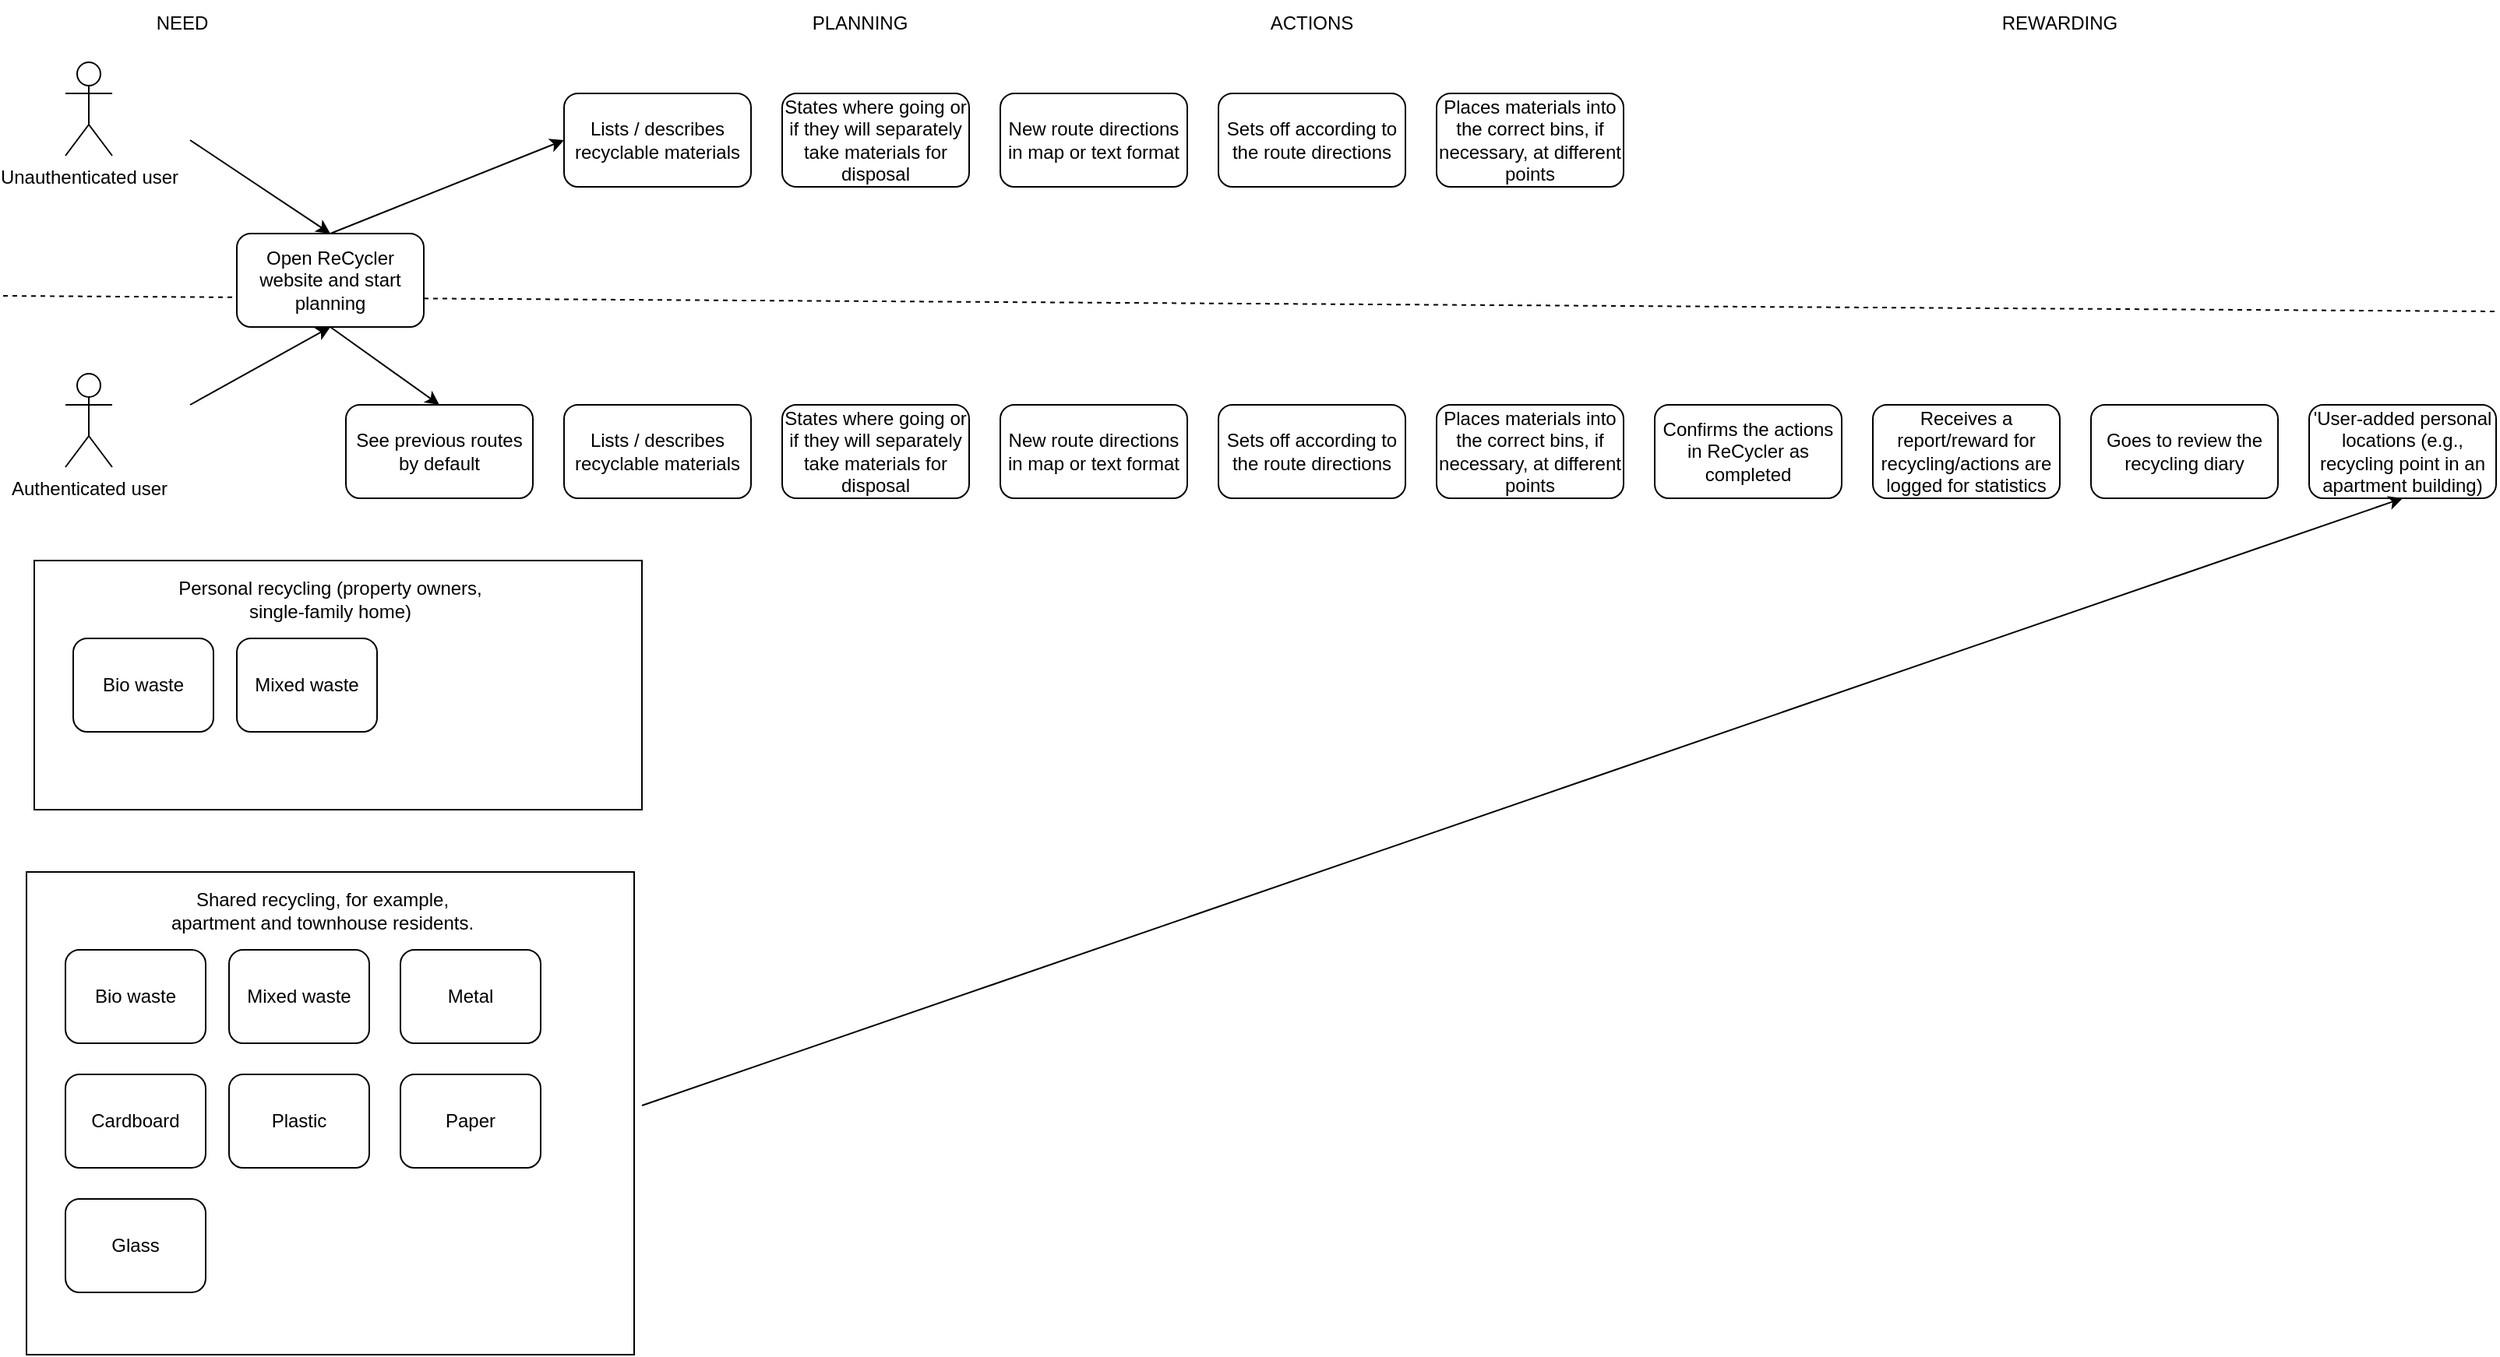
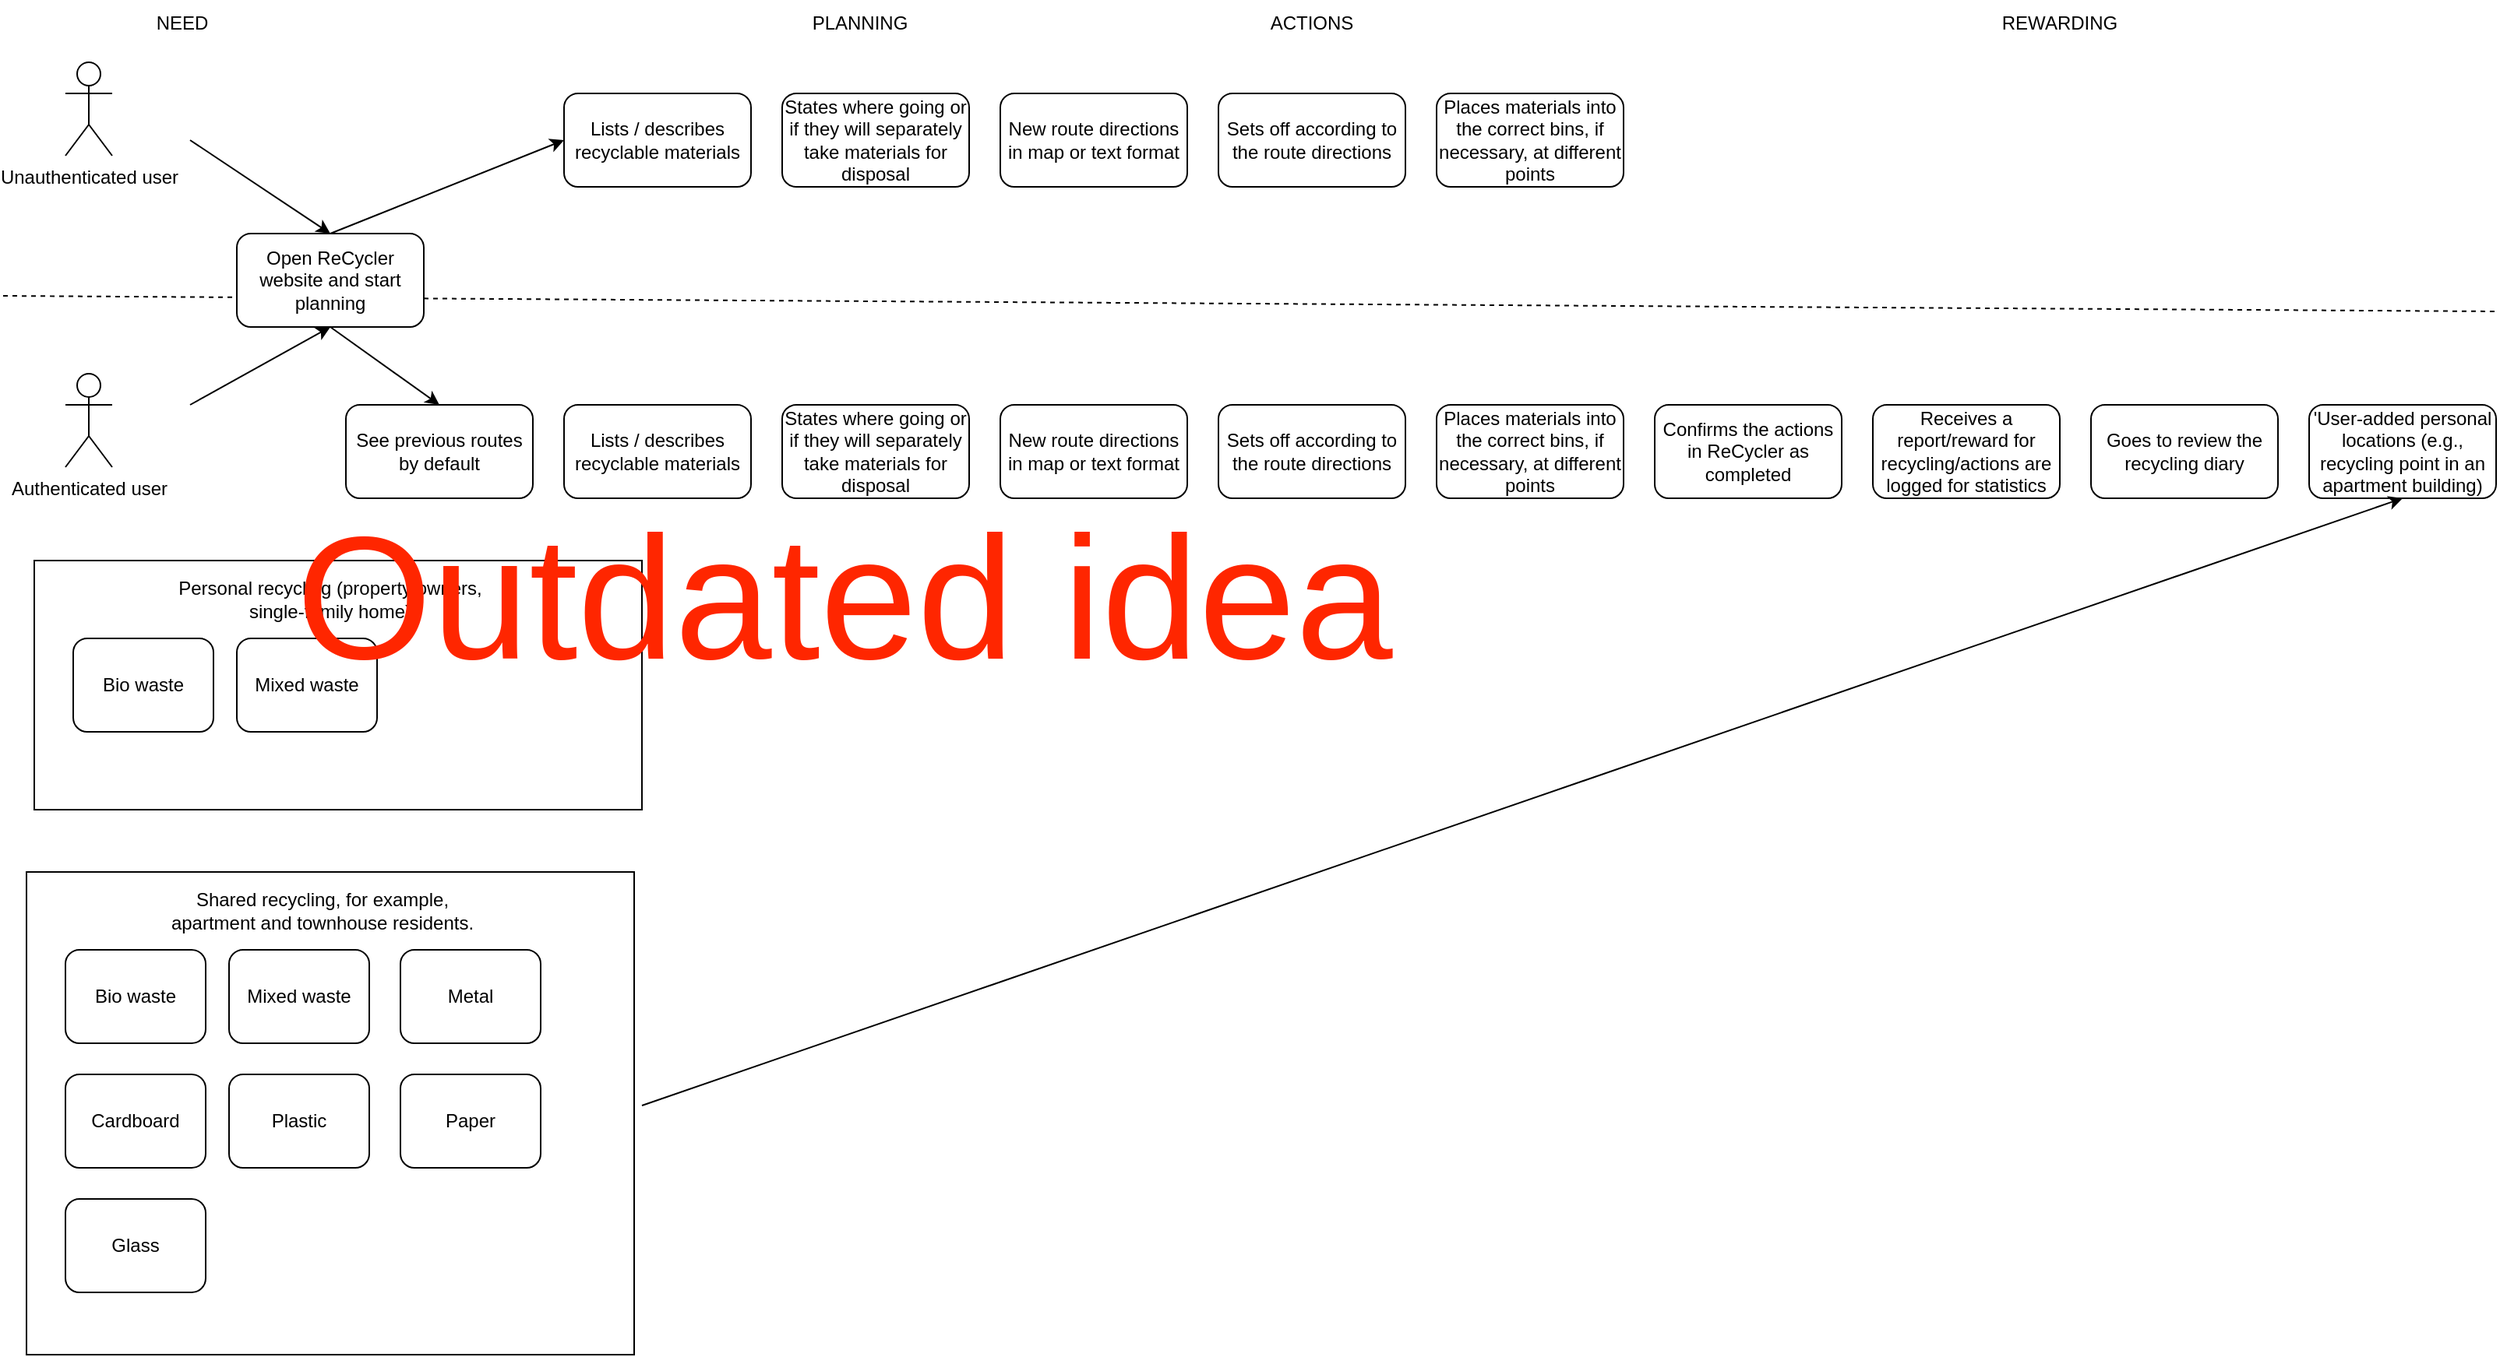
- <mxfile host="app.diagrams.net" modified="2024-01-02T14:55:00.150Z" agent="Mozilla/5.0 (Macintosh; Intel Mac OS X 10_15_7) AppleWebKit/605.1.15 (KHTML, like Gecko) Version/17.1 Safari/605.1.15" etag="oQDhVqPfWpyAVEwl_omd" version="22.1.16" type="github">
+ <mxfile host="app.diagrams.net" agent="Mozilla/5.0 (Macintosh; Intel Mac OS X 10_15_7) AppleWebKit/605.1.15 (KHTML, like Gecko) Version/18.4 Safari/605.1.15" version="26.2.14">
  <diagram name="Page-1" id="KqT4ygK-pLhFqNeephAf">
-     <mxGraphModel dx="1710" dy="1018" grid="1" gridSize="10" guides="1" tooltips="1" connect="1" arrows="1" fold="1" page="1" pageScale="1" pageWidth="1654" pageHeight="1169" math="0" shadow="0">
+     <mxGraphModel dx="979" dy="673" grid="1" gridSize="10" guides="1" tooltips="1" connect="1" arrows="1" fold="1" page="1" pageScale="1" pageWidth="1654" pageHeight="1169" math="0" shadow="0">
      <root>
        <mxCell id="0" />
        <mxCell id="1" parent="0" />
-         <mxCell id="ee45y4G0gzjRnPrVUwhJ-45" value="" style="rounded=0;whiteSpace=wrap;html=1;" vertex="1" parent="1">
+         <mxCell id="ee45y4G0gzjRnPrVUwhJ-45" value="" style="rounded=0;whiteSpace=wrap;html=1;" parent="1" vertex="1">
          <mxGeometry x="55" y="600" width="390" height="310" as="geometry" />
        </mxCell>
-         <mxCell id="ee45y4G0gzjRnPrVUwhJ-22" value="" style="endArrow=none;dashed=1;html=1;rounded=0;" edge="1" parent="1">
+         <mxCell id="ee45y4G0gzjRnPrVUwhJ-22" value="" style="endArrow=none;dashed=1;html=1;rounded=0;" parent="1" edge="1">
          <mxGeometry width="50" height="50" relative="1" as="geometry">
            <mxPoint x="40" y="230" as="sourcePoint" />
            <mxPoint x="1640" y="240" as="targetPoint" />
          </mxGeometry>
        </mxCell>
-         <mxCell id="ee45y4G0gzjRnPrVUwhJ-1" value="Unauthenticated user" style="shape=umlActor;verticalLabelPosition=bottom;verticalAlign=top;html=1;outlineConnect=0;" vertex="1" parent="1">
+         <mxCell id="ee45y4G0gzjRnPrVUwhJ-1" value="Unauthenticated user" style="shape=umlActor;verticalLabelPosition=bottom;verticalAlign=top;html=1;outlineConnect=0;" parent="1" vertex="1">
          <mxGeometry x="80" y="80" width="30" height="60" as="geometry" />
        </mxCell>
-         <mxCell id="ee45y4G0gzjRnPrVUwhJ-2" value="Authenticated user" style="shape=umlActor;verticalLabelPosition=bottom;verticalAlign=top;html=1;outlineConnect=0;" vertex="1" parent="1">
+         <mxCell id="ee45y4G0gzjRnPrVUwhJ-2" value="Authenticated user" style="shape=umlActor;verticalLabelPosition=bottom;verticalAlign=top;html=1;outlineConnect=0;" parent="1" vertex="1">
          <mxGeometry x="80" y="280" width="30" height="60" as="geometry" />
        </mxCell>
-         <mxCell id="ee45y4G0gzjRnPrVUwhJ-5" value="Open ReCycler website and start planning" style="rounded=1;whiteSpace=wrap;html=1;" vertex="1" parent="1">
+         <mxCell id="ee45y4G0gzjRnPrVUwhJ-5" value="Open ReCycler website and start planning" style="rounded=1;whiteSpace=wrap;html=1;" parent="1" vertex="1">
          <mxGeometry x="190" y="190" width="120" height="60" as="geometry" />
        </mxCell>
-         <mxCell id="ee45y4G0gzjRnPrVUwhJ-7" value="See previous routes by default" style="rounded=1;whiteSpace=wrap;html=1;" vertex="1" parent="1">
+         <mxCell id="ee45y4G0gzjRnPrVUwhJ-7" value="See previous routes by default" style="rounded=1;whiteSpace=wrap;html=1;" parent="1" vertex="1">
          <mxGeometry x="260" y="300" width="120" height="60" as="geometry" />
        </mxCell>
-         <mxCell id="ee45y4G0gzjRnPrVUwhJ-9" value="Lists / describes recyclable materials" style="rounded=1;whiteSpace=wrap;html=1;" vertex="1" parent="1">
+         <mxCell id="ee45y4G0gzjRnPrVUwhJ-9" value="Lists / describes recyclable materials" style="rounded=1;whiteSpace=wrap;html=1;" parent="1" vertex="1">
          <mxGeometry x="400" y="300" width="120" height="60" as="geometry" />
        </mxCell>
-         <mxCell id="ee45y4G0gzjRnPrVUwhJ-10" value="Lists / describes recyclable materials" style="rounded=1;whiteSpace=wrap;html=1;" vertex="1" parent="1">
+         <mxCell id="ee45y4G0gzjRnPrVUwhJ-10" value="Lists / describes recyclable materials" style="rounded=1;whiteSpace=wrap;html=1;" parent="1" vertex="1">
          <mxGeometry x="400" y="100" width="120" height="60" as="geometry" />
        </mxCell>
-         <mxCell id="ee45y4G0gzjRnPrVUwhJ-12" value="States where going or if they will separately take materials for disposal" style="rounded=1;whiteSpace=wrap;html=1;" vertex="1" parent="1">
+         <mxCell id="ee45y4G0gzjRnPrVUwhJ-12" value="States where going or if they will separately take materials for disposal" style="rounded=1;whiteSpace=wrap;html=1;" parent="1" vertex="1">
          <mxGeometry x="540" y="300" width="120" height="60" as="geometry" />
        </mxCell>
-         <mxCell id="ee45y4G0gzjRnPrVUwhJ-13" value="States where going or if they will separately take materials for disposal" style="rounded=1;whiteSpace=wrap;html=1;" vertex="1" parent="1">
+         <mxCell id="ee45y4G0gzjRnPrVUwhJ-13" value="States where going or if they will separately take materials for disposal" style="rounded=1;whiteSpace=wrap;html=1;" parent="1" vertex="1">
          <mxGeometry x="540" y="100" width="120" height="60" as="geometry" />
        </mxCell>
-         <mxCell id="ee45y4G0gzjRnPrVUwhJ-15" value="New route directions in map or text format" style="rounded=1;whiteSpace=wrap;html=1;" vertex="1" parent="1">
+         <mxCell id="ee45y4G0gzjRnPrVUwhJ-15" value="New route directions in map or text format" style="rounded=1;whiteSpace=wrap;html=1;" parent="1" vertex="1">
          <mxGeometry x="680" y="100" width="120" height="60" as="geometry" />
        </mxCell>
-         <mxCell id="ee45y4G0gzjRnPrVUwhJ-16" value="New route directions in map or text format" style="rounded=1;whiteSpace=wrap;html=1;" vertex="1" parent="1">
+         <mxCell id="ee45y4G0gzjRnPrVUwhJ-16" value="New route directions in map or text format" style="rounded=1;whiteSpace=wrap;html=1;" parent="1" vertex="1">
          <mxGeometry x="680" y="300" width="120" height="60" as="geometry" />
        </mxCell>
-         <mxCell id="ee45y4G0gzjRnPrVUwhJ-17" value="Sets off according to the route directions" style="rounded=1;whiteSpace=wrap;html=1;" vertex="1" parent="1">
+         <mxCell id="ee45y4G0gzjRnPrVUwhJ-17" value="Sets off according to the route directions" style="rounded=1;whiteSpace=wrap;html=1;" parent="1" vertex="1">
          <mxGeometry x="820" y="100" width="120" height="60" as="geometry" />
        </mxCell>
-         <mxCell id="ee45y4G0gzjRnPrVUwhJ-18" value="Sets off according to the route directions" style="rounded=1;whiteSpace=wrap;html=1;" vertex="1" parent="1">
+         <mxCell id="ee45y4G0gzjRnPrVUwhJ-18" value="Sets off according to the route directions" style="rounded=1;whiteSpace=wrap;html=1;" parent="1" vertex="1">
          <mxGeometry x="820" y="300" width="120" height="60" as="geometry" />
        </mxCell>
-         <mxCell id="ee45y4G0gzjRnPrVUwhJ-20" value="Places materials into the correct bins, if necessary, at different points" style="rounded=1;whiteSpace=wrap;html=1;" vertex="1" parent="1">
+         <mxCell id="ee45y4G0gzjRnPrVUwhJ-20" value="Places materials into the correct bins, if necessary, at different points" style="rounded=1;whiteSpace=wrap;html=1;" parent="1" vertex="1">
          <mxGeometry x="960" y="100" width="120" height="60" as="geometry" />
        </mxCell>
-         <mxCell id="ee45y4G0gzjRnPrVUwhJ-21" value="Places materials into the correct bins, if necessary, at different points" style="rounded=1;whiteSpace=wrap;html=1;" vertex="1" parent="1">
+         <mxCell id="ee45y4G0gzjRnPrVUwhJ-21" value="Places materials into the correct bins, if necessary, at different points" style="rounded=1;whiteSpace=wrap;html=1;" parent="1" vertex="1">
          <mxGeometry x="960" y="300" width="120" height="60" as="geometry" />
        </mxCell>
-         <mxCell id="ee45y4G0gzjRnPrVUwhJ-24" value="Confirms the actions in ReCycler as completed" style="rounded=1;whiteSpace=wrap;html=1;" vertex="1" parent="1">
+         <mxCell id="ee45y4G0gzjRnPrVUwhJ-24" value="Confirms the actions in ReCycler as completed" style="rounded=1;whiteSpace=wrap;html=1;" parent="1" vertex="1">
          <mxGeometry x="1100" y="300" width="120" height="60" as="geometry" />
        </mxCell>
-         <mxCell id="ee45y4G0gzjRnPrVUwhJ-26" value="Receives a report/reward for recycling/actions are logged for statistics" style="rounded=1;whiteSpace=wrap;html=1;" vertex="1" parent="1">
+         <mxCell id="ee45y4G0gzjRnPrVUwhJ-26" value="Receives a report/reward for recycling/actions are logged for statistics" style="rounded=1;whiteSpace=wrap;html=1;" parent="1" vertex="1">
          <mxGeometry x="1240" y="300" width="120" height="60" as="geometry" />
        </mxCell>
-         <mxCell id="ee45y4G0gzjRnPrVUwhJ-29" value="Goes to review the recycling diary" style="rounded=1;whiteSpace=wrap;html=1;" vertex="1" parent="1">
+         <mxCell id="ee45y4G0gzjRnPrVUwhJ-29" value="Goes to review the recycling diary" style="rounded=1;whiteSpace=wrap;html=1;" parent="1" vertex="1">
          <mxGeometry x="1380" y="300" width="120" height="60" as="geometry" />
        </mxCell>
-         <mxCell id="ee45y4G0gzjRnPrVUwhJ-30" value="&#39;User-added personal locations (e.g., recycling point in an apartment building)" style="rounded=1;whiteSpace=wrap;html=1;" vertex="1" parent="1">
+         <mxCell id="ee45y4G0gzjRnPrVUwhJ-30" value="&#39;User-added personal locations (e.g., recycling point in an apartment building)" style="rounded=1;whiteSpace=wrap;html=1;" parent="1" vertex="1">
          <mxGeometry x="1520" y="300" width="120" height="60" as="geometry" />
        </mxCell>
-         <mxCell id="ee45y4G0gzjRnPrVUwhJ-34" value="" style="endArrow=classic;html=1;rounded=0;entryX=0.5;entryY=0;entryDx=0;entryDy=0;" edge="1" parent="1" target="ee45y4G0gzjRnPrVUwhJ-5">
+         <mxCell id="ee45y4G0gzjRnPrVUwhJ-34" value="" style="endArrow=classic;html=1;rounded=0;entryX=0.5;entryY=0;entryDx=0;entryDy=0;" parent="1" target="ee45y4G0gzjRnPrVUwhJ-5" edge="1">
          <mxGeometry width="50" height="50" relative="1" as="geometry">
            <mxPoint x="160" y="130" as="sourcePoint" />
            <mxPoint x="950" y="440" as="targetPoint" />
          </mxGeometry>
        </mxCell>
-         <mxCell id="ee45y4G0gzjRnPrVUwhJ-35" value="" style="endArrow=classic;html=1;rounded=0;entryX=0.5;entryY=1;entryDx=0;entryDy=0;" edge="1" parent="1" target="ee45y4G0gzjRnPrVUwhJ-5">
+         <mxCell id="ee45y4G0gzjRnPrVUwhJ-35" value="" style="endArrow=classic;html=1;rounded=0;entryX=0.5;entryY=1;entryDx=0;entryDy=0;" parent="1" target="ee45y4G0gzjRnPrVUwhJ-5" edge="1">
          <mxGeometry width="50" height="50" relative="1" as="geometry">
            <mxPoint x="160" y="300" as="sourcePoint" />
            <mxPoint x="260" y="200" as="targetPoint" />
          </mxGeometry>
        </mxCell>
-         <mxCell id="ee45y4G0gzjRnPrVUwhJ-36" value="" style="endArrow=classic;html=1;rounded=0;entryX=0;entryY=0.5;entryDx=0;entryDy=0;exitX=0.5;exitY=0;exitDx=0;exitDy=0;" edge="1" parent="1" source="ee45y4G0gzjRnPrVUwhJ-5" target="ee45y4G0gzjRnPrVUwhJ-10">
+         <mxCell id="ee45y4G0gzjRnPrVUwhJ-36" value="" style="endArrow=classic;html=1;rounded=0;entryX=0;entryY=0.5;entryDx=0;entryDy=0;exitX=0.5;exitY=0;exitDx=0;exitDy=0;" parent="1" source="ee45y4G0gzjRnPrVUwhJ-5" target="ee45y4G0gzjRnPrVUwhJ-10" edge="1">
          <mxGeometry width="50" height="50" relative="1" as="geometry">
            <mxPoint x="170" y="140" as="sourcePoint" />
            <mxPoint x="260" y="200" as="targetPoint" />
          </mxGeometry>
        </mxCell>
-         <mxCell id="ee45y4G0gzjRnPrVUwhJ-37" value="" style="endArrow=classic;html=1;rounded=0;entryX=0.5;entryY=0;entryDx=0;entryDy=0;exitX=0.5;exitY=1;exitDx=0;exitDy=0;" edge="1" parent="1" source="ee45y4G0gzjRnPrVUwhJ-5" target="ee45y4G0gzjRnPrVUwhJ-7">
+         <mxCell id="ee45y4G0gzjRnPrVUwhJ-37" value="" style="endArrow=classic;html=1;rounded=0;entryX=0.5;entryY=0;entryDx=0;entryDy=0;exitX=0.5;exitY=1;exitDx=0;exitDy=0;" parent="1" source="ee45y4G0gzjRnPrVUwhJ-5" target="ee45y4G0gzjRnPrVUwhJ-7" edge="1">
          <mxGeometry width="50" height="50" relative="1" as="geometry">
            <mxPoint x="320" y="230" as="sourcePoint" />
            <mxPoint x="410" y="140" as="targetPoint" />
          </mxGeometry>
        </mxCell>
-         <mxCell id="ee45y4G0gzjRnPrVUwhJ-38" value="Bio waste" style="rounded=1;whiteSpace=wrap;html=1;" vertex="1" parent="1">
+         <mxCell id="ee45y4G0gzjRnPrVUwhJ-38" value="Bio waste" style="rounded=1;whiteSpace=wrap;html=1;" parent="1" vertex="1">
          <mxGeometry x="80" y="650" width="90" height="60" as="geometry" />
        </mxCell>
-         <mxCell id="ee45y4G0gzjRnPrVUwhJ-39" value="Mixed waste" style="rounded=1;whiteSpace=wrap;html=1;" vertex="1" parent="1">
+         <mxCell id="ee45y4G0gzjRnPrVUwhJ-39" value="Mixed waste" style="rounded=1;whiteSpace=wrap;html=1;" parent="1" vertex="1">
          <mxGeometry x="185" y="650" width="90" height="60" as="geometry" />
        </mxCell>
-         <mxCell id="ee45y4G0gzjRnPrVUwhJ-42" value="Cardboard" style="rounded=1;whiteSpace=wrap;html=1;" vertex="1" parent="1">
+         <mxCell id="ee45y4G0gzjRnPrVUwhJ-42" value="Cardboard" style="rounded=1;whiteSpace=wrap;html=1;" parent="1" vertex="1">
          <mxGeometry x="80" y="730" width="90" height="60" as="geometry" />
        </mxCell>
-         <mxCell id="ee45y4G0gzjRnPrVUwhJ-43" value="Metal" style="rounded=1;whiteSpace=wrap;html=1;" vertex="1" parent="1">
+         <mxCell id="ee45y4G0gzjRnPrVUwhJ-43" value="Metal" style="rounded=1;whiteSpace=wrap;html=1;" parent="1" vertex="1">
          <mxGeometry x="295" y="650" width="90" height="60" as="geometry" />
        </mxCell>
-         <mxCell id="ee45y4G0gzjRnPrVUwhJ-44" value="Plastic" style="rounded=1;whiteSpace=wrap;html=1;" vertex="1" parent="1">
+         <mxCell id="ee45y4G0gzjRnPrVUwhJ-44" value="Plastic" style="rounded=1;whiteSpace=wrap;html=1;" parent="1" vertex="1">
          <mxGeometry x="185" y="730" width="90" height="60" as="geometry" />
        </mxCell>
-         <mxCell id="ee45y4G0gzjRnPrVUwhJ-46" value="Shared recycling, for example, apartment and townhouse residents." style="text;html=1;strokeColor=none;fillColor=none;align=center;verticalAlign=middle;whiteSpace=wrap;rounded=0;" vertex="1" parent="1">
+         <mxCell id="ee45y4G0gzjRnPrVUwhJ-46" value="Shared recycling, for example, apartment and townhouse residents." style="text;html=1;strokeColor=none;fillColor=none;align=center;verticalAlign=middle;whiteSpace=wrap;rounded=0;" parent="1" vertex="1">
          <mxGeometry x="135" y="610" width="220" height="30" as="geometry" />
        </mxCell>
-         <mxCell id="ee45y4G0gzjRnPrVUwhJ-47" value="Paper" style="rounded=1;whiteSpace=wrap;html=1;" vertex="1" parent="1">
+         <mxCell id="ee45y4G0gzjRnPrVUwhJ-47" value="Paper" style="rounded=1;whiteSpace=wrap;html=1;" parent="1" vertex="1">
          <mxGeometry x="295" y="730" width="90" height="60" as="geometry" />
        </mxCell>
-         <mxCell id="ee45y4G0gzjRnPrVUwhJ-48" value="Glass" style="rounded=1;whiteSpace=wrap;html=1;" vertex="1" parent="1">
+         <mxCell id="ee45y4G0gzjRnPrVUwhJ-48" value="Glass" style="rounded=1;whiteSpace=wrap;html=1;" parent="1" vertex="1">
          <mxGeometry x="80" y="810" width="90" height="60" as="geometry" />
        </mxCell>
-         <mxCell id="ee45y4G0gzjRnPrVUwhJ-50" value="" style="rounded=0;whiteSpace=wrap;html=1;" vertex="1" parent="1">
+         <mxCell id="ee45y4G0gzjRnPrVUwhJ-50" value="" style="rounded=0;whiteSpace=wrap;html=1;" parent="1" vertex="1">
          <mxGeometry x="60" y="400" width="390" height="160" as="geometry" />
        </mxCell>
-         <mxCell id="ee45y4G0gzjRnPrVUwhJ-51" value="Bio waste" style="rounded=1;whiteSpace=wrap;html=1;" vertex="1" parent="1">
+         <mxCell id="ee45y4G0gzjRnPrVUwhJ-51" value="Bio waste" style="rounded=1;whiteSpace=wrap;html=1;" parent="1" vertex="1">
          <mxGeometry x="85" y="450" width="90" height="60" as="geometry" />
        </mxCell>
-         <mxCell id="ee45y4G0gzjRnPrVUwhJ-52" value="Mixed waste" style="rounded=1;whiteSpace=wrap;html=1;" vertex="1" parent="1">
+         <mxCell id="ee45y4G0gzjRnPrVUwhJ-52" value="Mixed waste" style="rounded=1;whiteSpace=wrap;html=1;" parent="1" vertex="1">
          <mxGeometry x="190" y="450" width="90" height="60" as="geometry" />
        </mxCell>
-         <mxCell id="ee45y4G0gzjRnPrVUwhJ-56" value="Personal recycling (property owners, single-family home)" style="text;html=1;strokeColor=none;fillColor=none;align=center;verticalAlign=middle;whiteSpace=wrap;rounded=0;" vertex="1" parent="1">
+         <mxCell id="ee45y4G0gzjRnPrVUwhJ-56" value="Personal recycling (property owners, single-family home)" style="text;html=1;strokeColor=none;fillColor=none;align=center;verticalAlign=middle;whiteSpace=wrap;rounded=0;" parent="1" vertex="1">
          <mxGeometry x="140" y="410" width="220" height="30" as="geometry" />
        </mxCell>
-         <mxCell id="ee45y4G0gzjRnPrVUwhJ-59" value="" style="endArrow=classic;html=1;rounded=0;entryX=0.5;entryY=1;entryDx=0;entryDy=0;" edge="1" parent="1" target="ee45y4G0gzjRnPrVUwhJ-30">
+         <mxCell id="ee45y4G0gzjRnPrVUwhJ-59" value="" style="endArrow=classic;html=1;rounded=0;entryX=0.5;entryY=1;entryDx=0;entryDy=0;" parent="1" target="ee45y4G0gzjRnPrVUwhJ-30" edge="1">
          <mxGeometry width="50" height="50" relative="1" as="geometry">
            <mxPoint x="450" y="750" as="sourcePoint" />
            <mxPoint x="810" y="780" as="targetPoint" />
          </mxGeometry>
        </mxCell>
-         <mxCell id="ee45y4G0gzjRnPrVUwhJ-63" value="REWARDING" style="text;html=1;strokeColor=none;fillColor=none;align=center;verticalAlign=middle;whiteSpace=wrap;rounded=0;" vertex="1" parent="1">
+         <mxCell id="ee45y4G0gzjRnPrVUwhJ-63" value="REWARDING" style="text;html=1;strokeColor=none;fillColor=none;align=center;verticalAlign=middle;whiteSpace=wrap;rounded=0;" parent="1" vertex="1">
          <mxGeometry x="1330" y="40" width="60" height="30" as="geometry" />
        </mxCell>
-         <mxCell id="ee45y4G0gzjRnPrVUwhJ-64" value="ACTIONS" style="text;html=1;strokeColor=none;fillColor=none;align=center;verticalAlign=middle;whiteSpace=wrap;rounded=0;" vertex="1" parent="1">
+         <mxCell id="ee45y4G0gzjRnPrVUwhJ-64" value="ACTIONS" style="text;html=1;strokeColor=none;fillColor=none;align=center;verticalAlign=middle;whiteSpace=wrap;rounded=0;" parent="1" vertex="1">
          <mxGeometry x="850" y="40" width="60" height="30" as="geometry" />
        </mxCell>
-         <mxCell id="ee45y4G0gzjRnPrVUwhJ-65" value="PLANNING" style="text;html=1;strokeColor=none;fillColor=none;align=center;verticalAlign=middle;whiteSpace=wrap;rounded=0;" vertex="1" parent="1">
+         <mxCell id="ee45y4G0gzjRnPrVUwhJ-65" value="PLANNING" style="text;html=1;strokeColor=none;fillColor=none;align=center;verticalAlign=middle;whiteSpace=wrap;rounded=0;" parent="1" vertex="1">
          <mxGeometry x="560" y="40" width="60" height="30" as="geometry" />
        </mxCell>
-         <mxCell id="ee45y4G0gzjRnPrVUwhJ-66" value="NEED" style="text;html=1;strokeColor=none;fillColor=none;align=center;verticalAlign=middle;whiteSpace=wrap;rounded=0;" vertex="1" parent="1">
+         <mxCell id="ee45y4G0gzjRnPrVUwhJ-66" value="NEED" style="text;html=1;strokeColor=none;fillColor=none;align=center;verticalAlign=middle;whiteSpace=wrap;rounded=0;" parent="1" vertex="1">
          <mxGeometry x="125" y="40" width="60" height="30" as="geometry" />
+         </mxCell>
+         <mxCell id="Tre5dBACLRMt-wR_8SQU-1" value="&lt;span style=&quot;text-align: start; color: light-dark(rgb(255, 38, 0), rgb(237, 237, 237));&quot;&gt;Outdated idea&lt;/span&gt;" style="text;html=1;align=center;verticalAlign=middle;whiteSpace=wrap;rounded=0;fontSize=112;" vertex="1" parent="1">
+           <mxGeometry x="170" y="350" width="820" height="150" as="geometry" />
        </mxCell>
      </root>
    </mxGraphModel>
  </diagram>
</mxfile>
